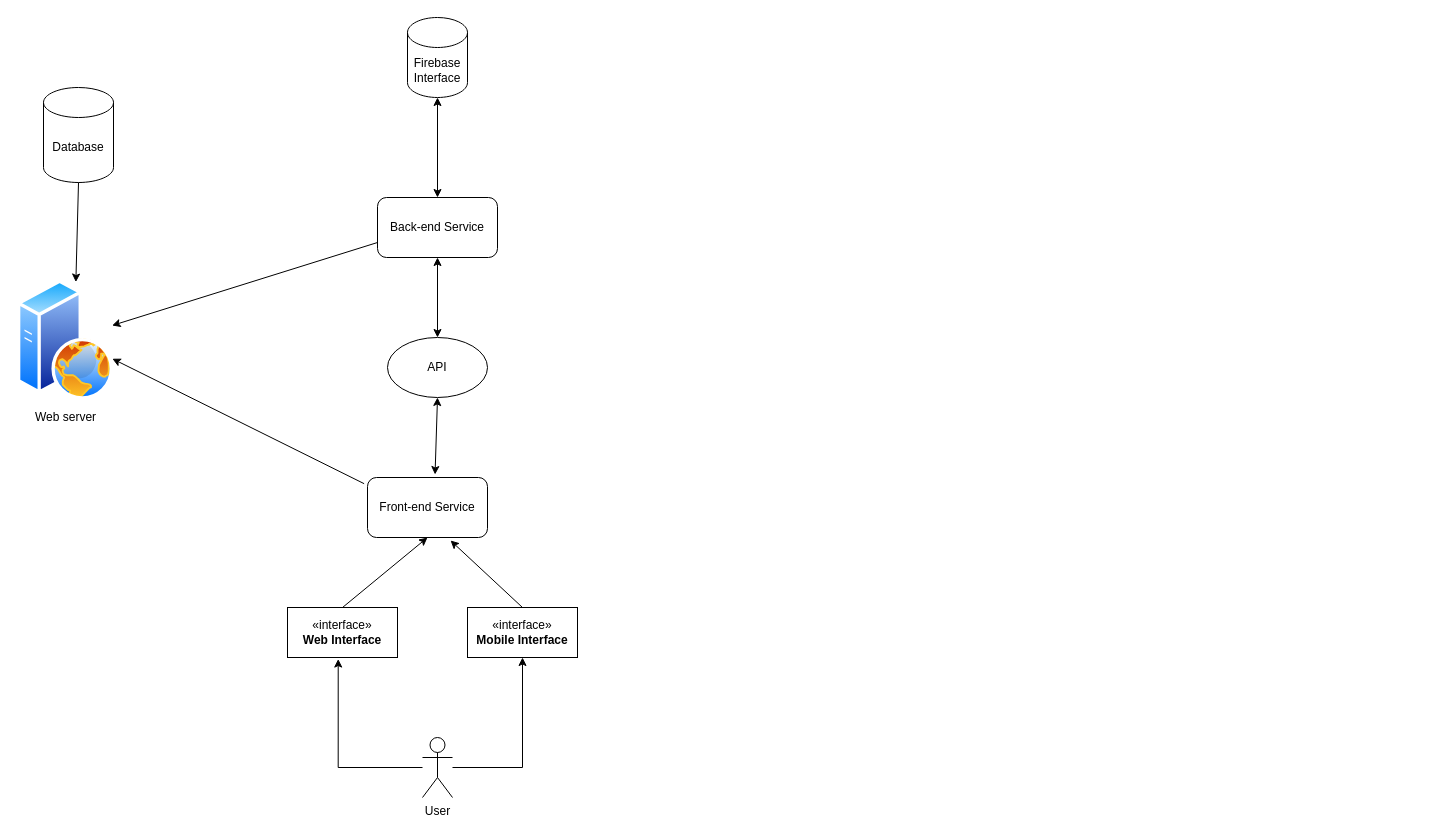
Before: Biểu đồ không có tiêu đề.drawio in quyettc1112/DrugBank, a draw.io diagram. Source tidied: cells renumbered, new cells numbered last; positions are measured from the earlier drawing's top-left corner, leaving out a move shared by most shapes. Both pictures are drawn from the tidied source at 100%, with x=0, y=0 at pixel (17, 17).
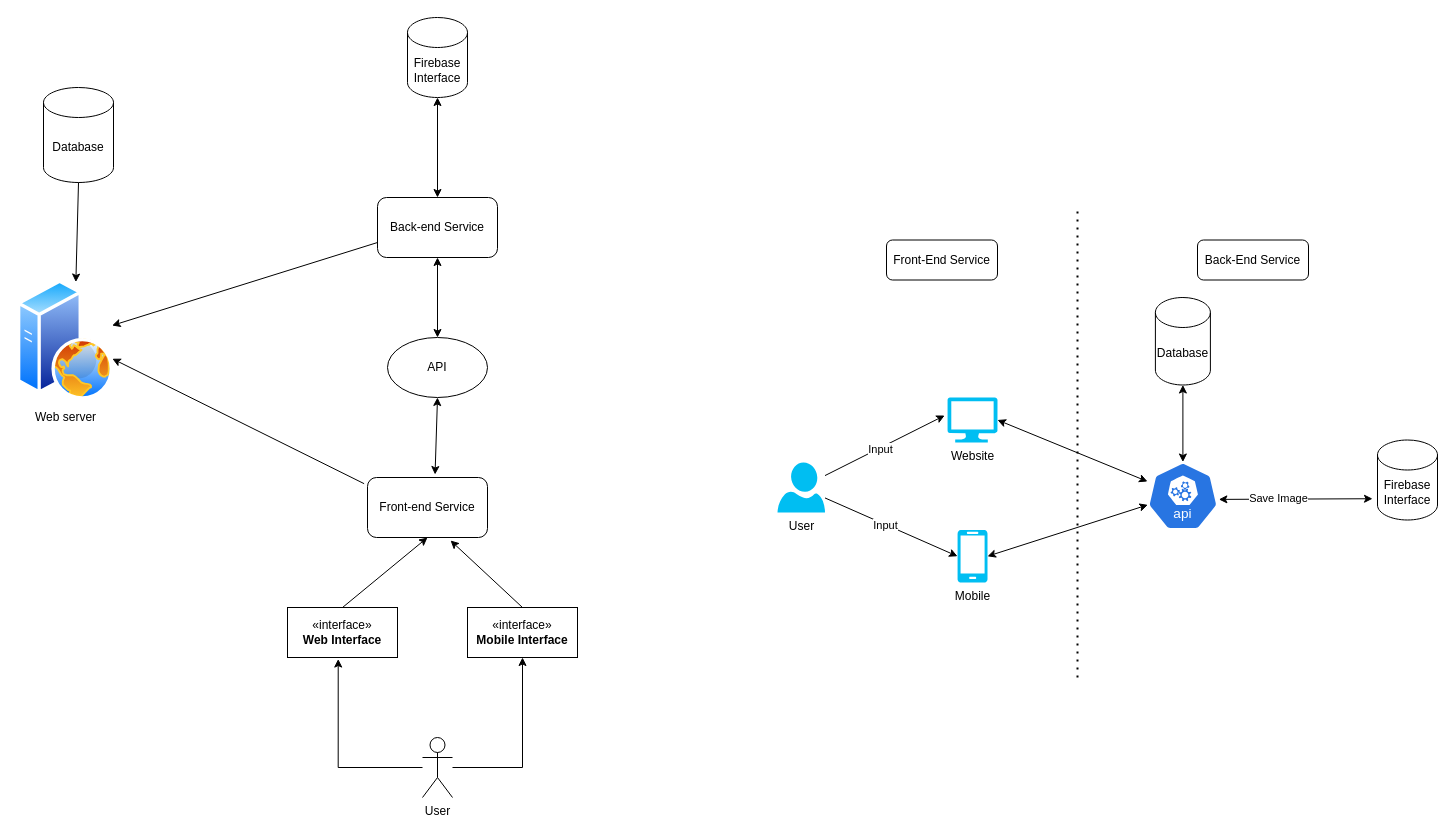
After the change.

Commit message (it also covers changes not shown here):
Cập nhật Biểu đồ không có tiêu đề.drawio

The edit, as a diff of the source:
```diff
@@
+    <mxCell id="21" value="Mobile&lt;br&gt;" style="verticalLabelPosition=bottom;html=1;verticalAlign=top;align=center;strokeColor=none;fillColor=#00BEF2;shape=mxgraph.azure.mobile;" parent="1" vertex="1">
+      <mxGeometry x="940" y="512.5" width="30" height="52.5" as="geometry" />
+    </mxCell>
+    <mxCell id="22" value="Website" style="verticalLabelPosition=bottom;html=1;verticalAlign=top;align=center;strokeColor=none;fillColor=#00BEF2;shape=mxgraph.azure.computer;" parent="1" vertex="1">
+      <mxGeometry x="930" y="380" width="50" height="45" as="geometry" />
+    </mxCell>
+    <mxCell id="23" value="Database" style="shape=cylinder3;whiteSpace=wrap;html=1;boundedLbl=1;backgroundOutline=1;size=15;" parent="1" vertex="1">
+      <mxGeometry x="1137.9" y="280" width="55" height="87.5" as="geometry" />
+    </mxCell>
+    <mxCell id="24" value="Firebase&lt;br&gt;Interface&lt;br&gt;" style="shape=cylinder3;whiteSpace=wrap;html=1;boundedLbl=1;backgroundOutline=1;size=15;" parent="1" vertex="1">
+      <mxGeometry x="1360" y="422.5" width="60" height="80" as="geometry" />
+    </mxCell>
+    <mxCell id="25" style="endArrow=classic;startArrow=classic;html=1;rounded=0;entryX=0.5;entryY=1;entryDx=0;entryDy=0;entryPerimeter=0;exitX=0.5;exitY=0;exitDx=0;exitDy=0;exitPerimeter=0;" parent="1" edge="1" source="29" target="23">
+      <mxGeometry relative="1" as="geometry" />
+    </mxCell>
+    <mxCell id="26" style="endArrow=classic;startArrow=classic;html=1;rounded=0;entryX=1.008;entryY=0.55;entryDx=0;entryDy=0;entryPerimeter=0;exitX=-0.083;exitY=0.734;exitDx=0;exitDy=0;exitPerimeter=0;" parent="1" edge="1" source="24" target="29">
+      <mxGeometry relative="1" as="geometry" />
+    </mxCell>
+    <mxCell id="27" value="Save Image" style="edgeLabel;html=1;align=center;verticalAlign=middle;" parent="26" vertex="1">
+      <mxGeometry x="0.12" relative="1" as="geometry">
+        <mxPoint x="-9" y="-1" as="offset" />
+      </mxGeometry>
+    </mxCell>
+    <mxCell id="28" value="User" style="verticalLabelPosition=bottom;html=1;verticalAlign=top;align=center;strokeColor=none;fillColor=#00BEF2;shape=mxgraph.azure.user;" parent="1" vertex="1">
+      <mxGeometry x="760" y="445" width="47.5" height="50" as="geometry" />
+    </mxCell>
+    <mxCell id="29" style="sketch=0;html=1;dashed=0;whitespace=wrap;fillColor=#2875E2;strokeColor=#ffffff;points=[[0.005,0.63,0],[0.1,0.2,0],[0.9,0.2,0],[0.5,0,0],[0.995,0.63,0],[0.72,0.99,0],[0.5,1,0],[0.28,0.99,0]];shape=mxgraph.kubernetes.icon2;kubernetesLabel=1;prIcon=api;" parent="1" vertex="1">
+      <mxGeometry x="1130" y="444.5" width="70.8" height="68" as="geometry" />
+    </mxCell>
+    <mxCell id="30" style="endArrow=classic;html=1;rounded=0;entryX=0;entryY=0.5;entryDx=0;entryDy=0;entryPerimeter=0;" parent="1" edge="1" source="28" target="21">
+      <mxGeometry relative="1" as="geometry" />
+    </mxCell>
+    <mxCell id="31" value="Input" style="edgeLabel;html=1;align=center;verticalAlign=middle;" parent="30" vertex="1">
+      <mxGeometry x="-0.09" y="-1" relative="1" as="geometry" />
+    </mxCell>
+    <mxCell id="32" style="endArrow=classic;html=1;rounded=0;entryX=-0.057;entryY=0.4;entryDx=0;entryDy=0;entryPerimeter=0;" parent="1" edge="1" source="28" target="22">
+      <mxGeometry relative="1" as="geometry" />
+    </mxCell>
+    <mxCell id="33" value="Input" style="edgeLabel;html=1;align=center;verticalAlign=middle;" parent="32" vertex="1">
+      <mxGeometry x="-0.09" y="-1" relative="1" as="geometry" />
+    </mxCell>
+    <mxCell id="34" style="endArrow=none;dashed=1;html=1;dashPattern=1 3;strokeWidth=2;rounded=0;" parent="1" edge="1">
+      <mxGeometry relative="1" as="geometry">
+        <mxPoint x="1060" y="660" as="sourcePoint" />
+        <mxPoint x="1060" y="190" as="targetPoint" />
+      </mxGeometry>
+    </mxCell>
+    <mxCell id="35" style="endArrow=classic;startArrow=classic;html=1;rounded=0;exitX=1;exitY=0.5;exitDx=0;exitDy=0;exitPerimeter=0;" parent="1" edge="1" source="22" target="29">
+      <mxGeometry relative="1" as="geometry" />
+    </mxCell>
+    <mxCell id="36" style="endArrow=classic;startArrow=classic;html=1;rounded=0;entryX=0.005;entryY=0.63;entryDx=0;entryDy=0;entryPerimeter=0;exitX=1;exitY=0.5;exitDx=0;exitDy=0;exitPerimeter=0;" parent="1" edge="1" source="21" target="29">
+      <mxGeometry relative="1" as="geometry" />
+    </mxCell>
+    <mxCell id="37" value="Front-End Service" style="rounded=1;whiteSpace=wrap;html=1;" parent="1" vertex="1">
+      <mxGeometry x="869" y="222.5" width="111" height="40" as="geometry" />
+    </mxCell>
+    <mxCell id="38" value="Back-End Service" style="rounded=1;whiteSpace=wrap;html=1;" parent="1" vertex="1">
+      <mxGeometry x="1180" y="222.5" width="111" height="40" as="geometry" />
+    </mxCell>
```
